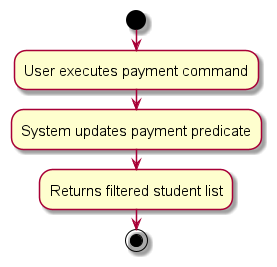
The PlantUML diagram docs/images/PaymentActivityDiagram.png in zoebelle-pang/tp, before a commit.
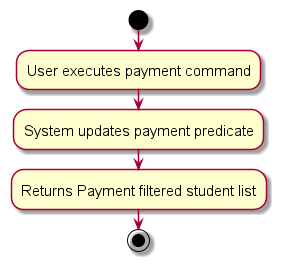
After the commit.

What changed in the source:
```diff
@@ -7,6 +7,6 @@
 
 
 :System updates payment predicate;
-:Returns filtered student list;
+:Returns Payment filtered student list;
 stop
 @enduml
```
